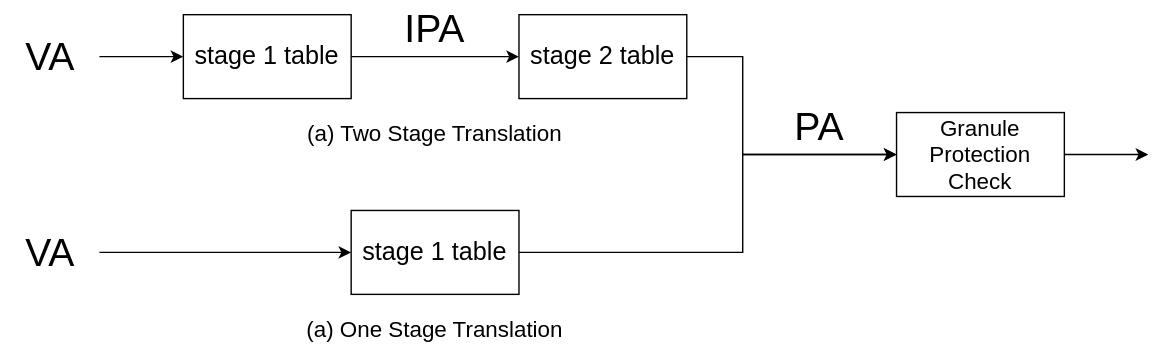
This is gpc2.svg from EdisonE3/vue_learn, a draw.io export, as it was before one commit. Source tidied: cells renumbered, new cells last; positions are measured from the earlier drawing's top-left corner, leaving out a move shared by most shapes.
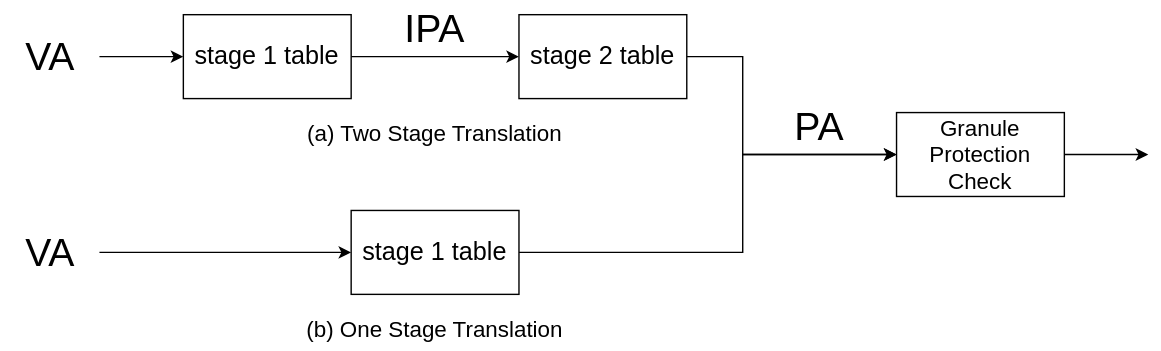
The same file after the commit.

Diff of the diagram source:
```diff
@@ -63,7 +63,7 @@
     <mxCell id="16" value="(a) Two Stage Translation" style="text;html=1;strokeColor=none;fillColor=none;align=center;verticalAlign=middle;whiteSpace=wrap;rounded=0;fontSize=16;" parent="1" vertex="1">
       <mxGeometry x="200" y="80" width="220" height="30" as="geometry" />
     </mxCell>
-    <mxCell id="17" value="(a) One Stage Translation" style="text;html=1;strokeColor=none;fillColor=none;align=center;verticalAlign=middle;whiteSpace=wrap;rounded=0;fontSize=16;" parent="1" vertex="1">
+    <mxCell id="17" value="(b) One Stage Translation" style="text;html=1;strokeColor=none;fillColor=none;align=center;verticalAlign=middle;whiteSpace=wrap;rounded=0;fontSize=16;" parent="1" vertex="1">
       <mxGeometry x="200" y="220" width="220" height="30" as="geometry" />
     </mxCell>
   </root>
```
